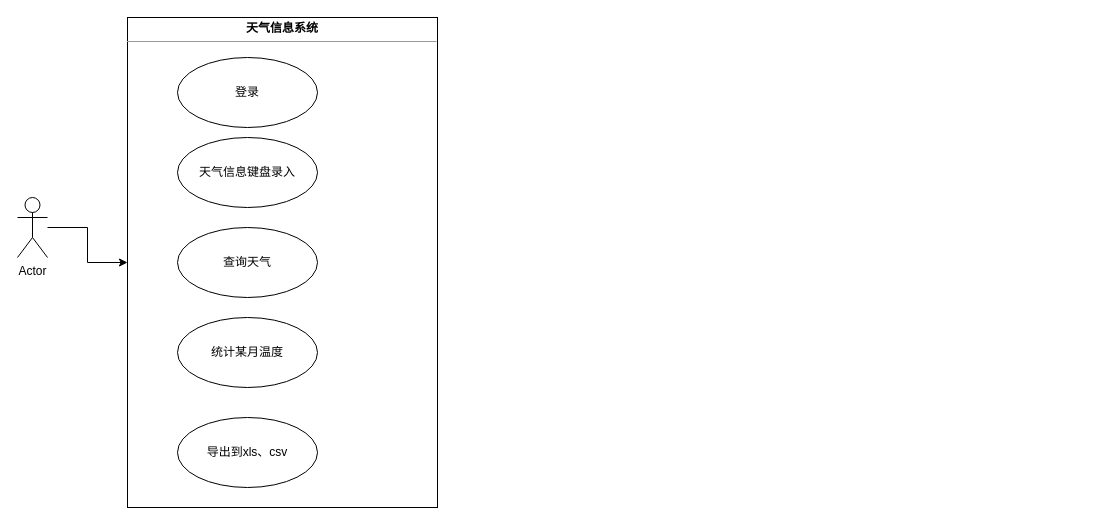
This is Untitled Diagram.drawio from DayoWong0/Android, a draw.io file, before an edit. Source tidied: cells renumbered, new cells numbered last; positions are measured from the earlier drawing's top-left corner, leaving out a move shared by most shapes. Both pictures are drawn from the tidied source at 100%, with x=0, y=0 at pixel (17, 17).
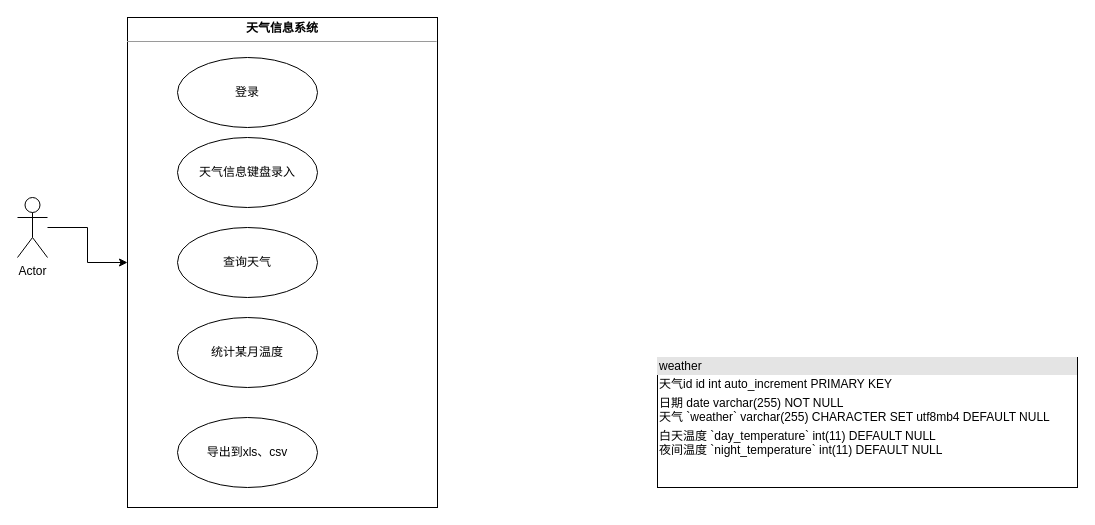
The same page after the edit.

Change to the diagram source:
```diff
@@
 <mxGraphModel>
   <root>
     <mxCell id="0" />
     <mxCell id="1" parent="0" />
     <mxCell id="2" value="&lt;p style=&quot;margin:0px;margin-top:4px;text-align:center;&quot;&gt;&lt;b&gt;天气信息系统&lt;/b&gt;&lt;/p&gt;&lt;hr size=&quot;1&quot;&gt;&lt;div style=&quot;height:2px;&quot;&gt;&lt;/div&gt;" style="verticalAlign=top;align=left;overflow=fill;fontSize=12;fontFamily=Helvetica;html=1;" parent="1" vertex="1">
       <mxGeometry x="110" width="310" height="490" as="geometry" />
     </mxCell>
     <mxCell id="3" value="天气信息键盘录入" style="ellipse;whiteSpace=wrap;html=1;" parent="1" vertex="1">
       <mxGeometry x="160" y="120" width="140" height="70" as="geometry" />
     </mxCell>
     <mxCell id="4" value="登录" style="ellipse;whiteSpace=wrap;html=1;" parent="1" vertex="1">
       <mxGeometry x="160" y="40" width="140" height="70" as="geometry" />
     </mxCell>
     <mxCell id="5" value="查询天气" style="ellipse;whiteSpace=wrap;html=1;" parent="1" vertex="1">
       <mxGeometry x="160" y="210" width="140" height="70" as="geometry" />
     </mxCell>
     <mxCell id="6" value="统计某月温度" style="ellipse;whiteSpace=wrap;html=1;" parent="1" vertex="1">
       <mxGeometry x="160" y="300" width="140" height="70" as="geometry" />
     </mxCell>
     <mxCell id="7" value="导出到xls、csv" style="ellipse;whiteSpace=wrap;html=1;" parent="1" vertex="1">
       <mxGeometry x="160" y="400" width="140" height="70" as="geometry" />
     </mxCell>
     <mxCell id="8" style="edgeStyle=orthogonalEdgeStyle;rounded=0;jettySize=auto;html=1;" parent="1" edge="1" source="9" target="2">
       <mxGeometry relative="1" as="geometry" />
     </mxCell>
     <mxCell id="9" value="Actor" style="shape=umlActor;verticalLabelPosition=bottom;verticalAlign=top;html=1;" parent="1" vertex="1">
       <mxGeometry y="180" width="30" height="60" as="geometry" />
     </mxCell>
+    <mxCell id="10" value="&lt;div style=&quot;box-sizing:border-box;width:100%;background:#e4e4e4;padding:2px;&quot;&gt;weather&lt;/div&gt;&lt;table style=&quot;width:100%;font-size:1em;&quot; cellpadding=&quot;2&quot; cellspacing=&quot;0&quot;&gt;&lt;tbody&gt;&lt;tr&gt;&lt;td&gt;天气id&amp;nbsp;id int auto_increment&amp;nbsp;PRIMARY KEY&lt;/td&gt;&lt;td&gt;&lt;br&gt;&lt;/td&gt;&lt;/tr&gt;&lt;tr&gt;&lt;td&gt;日期 date varchar(255) NOT NULL&lt;br&gt;天气&amp;nbsp;`weather` varchar(255) CHARACTER SET utf8mb4 DEFAULT NULL&lt;br&gt;&lt;/td&gt;&lt;td&gt;&lt;br&gt;&lt;/td&gt;&lt;/tr&gt;&lt;tr&gt;&lt;td&gt;白天温度&amp;nbsp;`day_temperature` int(11) DEFAULT NULL&lt;br&gt;夜间温度&amp;nbsp;`night_temperature` int(11) DEFAULT NULL&lt;/td&gt;&lt;td&gt;&lt;br&gt;&lt;/td&gt;&lt;/tr&gt;&lt;/tbody&gt;&lt;/table&gt;" style="verticalAlign=top;align=left;overflow=fill;html=1;" parent="1" vertex="1">
+      <mxGeometry x="640" y="340" width="420" height="130" as="geometry" />
+    </mxCell>
   </root>
 </mxGraphModel>
```
